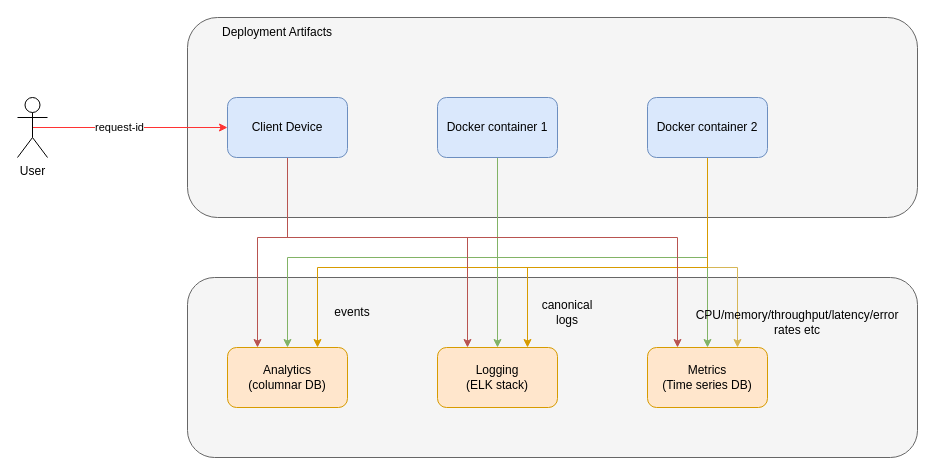
Before: docs/images/saral-operations.drawio in ashish19goyal/saral.github.io, a draw.io diagram. Source tidied: cells renumbered, new cells numbered last; positions are measured from the earlier drawing's top-left corner, leaving out a move shared by most shapes. Both pictures are drawn from the tidied source at 100%, with x=0, y=0 at pixel (17, 17).
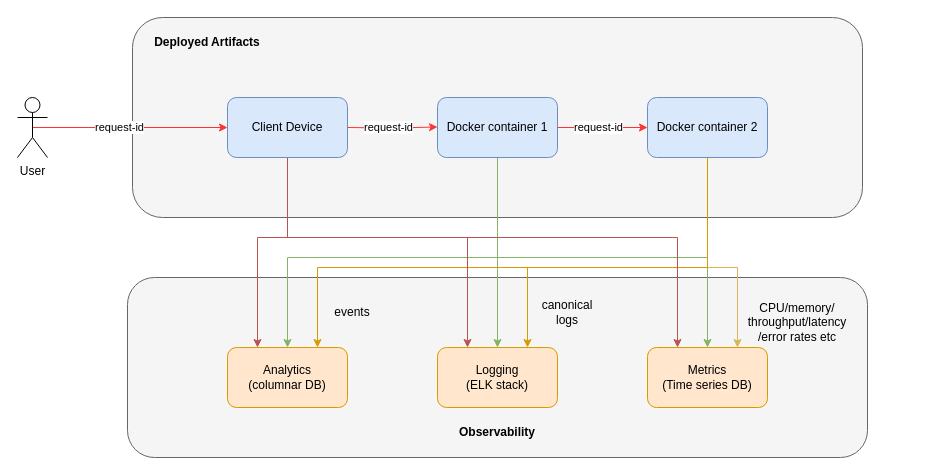
Above is the later version.

The change refers to these unchanged cells:
```xml
<mxCell id="11" value="Docker container 1" style="rounded=1;whiteSpace=wrap;html=1;fillColor=#dae8fc;strokeColor=#6c8ebf;" parent="1" vertex="1">
  <mxGeometry x="420" y="80" width="120" height="60" as="geometry" />
</mxCell>
<mxCell id="15" value="Docker container 2" style="rounded=1;whiteSpace=wrap;html=1;fillColor=#dae8fc;strokeColor=#6c8ebf;" parent="1" vertex="1">
  <mxGeometry x="630" y="80" width="120" height="60" as="geometry" />
</mxCell>
```

Change to the diagram source:
```diff
@@
     <mxCell id="2" style="rounded=1;whiteSpace=wrap;html=1;fillColor=#f5f5f5;fontColor=#333333;strokeColor=#666666;" parent="1" vertex="1">
-      <mxGeometry x="170" y="260" width="730" height="180" as="geometry" />
+      <mxGeometry x="110" y="260" width="740" height="180" as="geometry" />
     </mxCell>
     <mxCell id="3" style="rounded=1;whiteSpace=wrap;html=1;fillColor=#f5f5f5;fontColor=#333333;strokeColor=#666666;" parent="1" vertex="1">
-      <mxGeometry x="170" width="730" height="200" as="geometry" />
+      <mxGeometry x="115" width="730" height="200" as="geometry" />
     </mxCell>
-    <mxCell id="4" value="Deployment Artifacts" style="text;html=1;strokeColor=none;fillColor=none;align=center;verticalAlign=middle;whiteSpace=wrap;rounded=0;" parent="1" vertex="1">
-      <mxGeometry x="200" width="120" height="30" as="geometry" />
+    <mxCell id="4" value="&lt;b&gt;Deployed Artifacts&lt;/b&gt;" style="text;html=1;strokeColor=none;fillColor=none;align=center;verticalAlign=middle;whiteSpace=wrap;rounded=0;" parent="1" vertex="1">
+      <mxGeometry x="130" y="10" width="120" height="30" as="geometry" />
     </mxCell>
@@
-    <mxCell id="25" value="CPU/memory/throughput/latency/error rates etc" style="text;html=1;strokeColor=none;fillColor=none;align=center;verticalAlign=middle;whiteSpace=wrap;rounded=0;shadow=0;" parent="1" vertex="1">
-      <mxGeometry x="750" y="290" width="60" height="30" as="geometry" />
+    <mxCell id="25" value="CPU/memory/&lt;div&gt;throughput/latency&lt;/div&gt;&lt;div&gt;/error rates etc&lt;/div&gt;" style="text;html=1;strokeColor=none;fillColor=none;align=center;verticalAlign=middle;whiteSpace=wrap;rounded=0;shadow=0;" parent="1" vertex="1">
+      <mxGeometry x="720" y="290" width="120" height="30" as="geometry" />
     </mxCell>
+    <mxCell id="26" style="edgeStyle=orthogonalEdgeStyle;rounded=0;orthogonalLoop=1;jettySize=auto;html=1;entryX=0;entryY=0.5;entryDx=0;entryDy=0;strokeColor=#FF3333;" parent="1" edge="1">
+      <mxGeometry relative="1" as="geometry">
+        <mxPoint x="330" y="110" as="sourcePoint" />
+        <mxPoint x="420" y="109.5" as="targetPoint" />
+      </mxGeometry>
+    </mxCell>
+    <mxCell id="27" value="request-id" style="edgeLabel;html=1;align=center;verticalAlign=middle;" parent="26" vertex="1">
+      <mxGeometry x="-0.12" y="1" relative="1" as="geometry" />
+    </mxCell>
+    <mxCell id="28" style="edgeStyle=orthogonalEdgeStyle;rounded=0;jettySize=auto;html=1;entryX=0;entryY=0.5;entryDx=0;entryDy=0;strokeColor=#FF3333;exitX=1;exitY=0.5;exitDx=0;exitDy=0;" parent="1" edge="1" source="11" target="15">
+      <mxGeometry relative="1" as="geometry" />
+    </mxCell>
+    <mxCell id="29" value="request-id" style="edgeLabel;html=1;align=center;verticalAlign=middle;" parent="28" vertex="1">
+      <mxGeometry x="-0.12" y="1" relative="1" as="geometry" />
+    </mxCell>
+    <mxCell id="30" value="&lt;b&gt;Observability&lt;/b&gt;" style="text;html=1;strokeColor=none;fillColor=none;align=center;verticalAlign=middle;whiteSpace=wrap;rounded=0;" parent="1" vertex="1">
+      <mxGeometry x="420" y="400" width="120" height="30" as="geometry" />
+    </mxCell>
```
